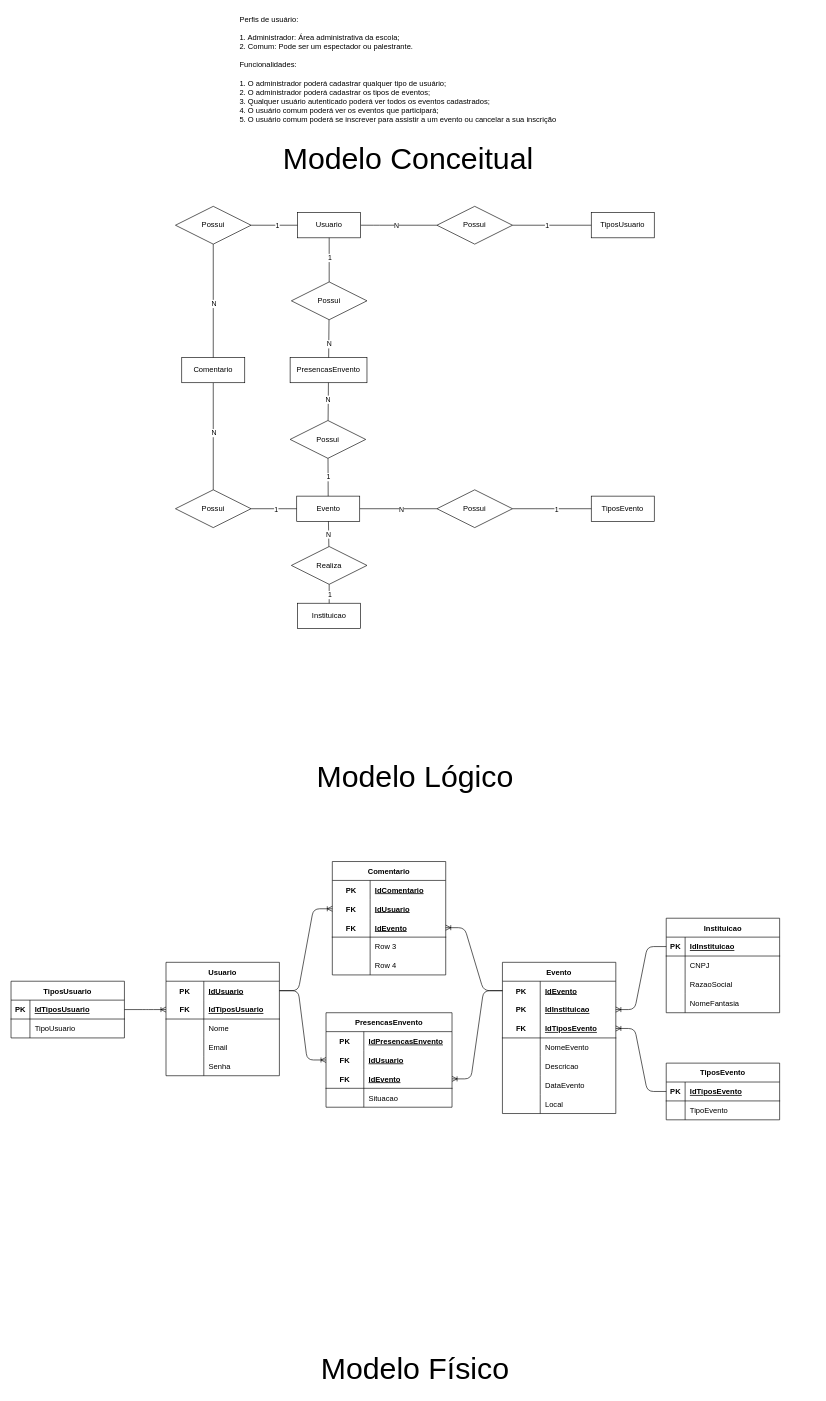
Above: Event+/Modelagem/bancoDeDados.drawio in KamiMilo/Senai_2Sm (draw.io), before the change. Source tidied: cells renumbered, new cells numbered last; positions are measured from the earlier drawing's top-left corner, leaving out a move shared by most shapes. Both pictures are drawn from the tidied source at 63%, with x=0, y=0 at pixel (11, 11).
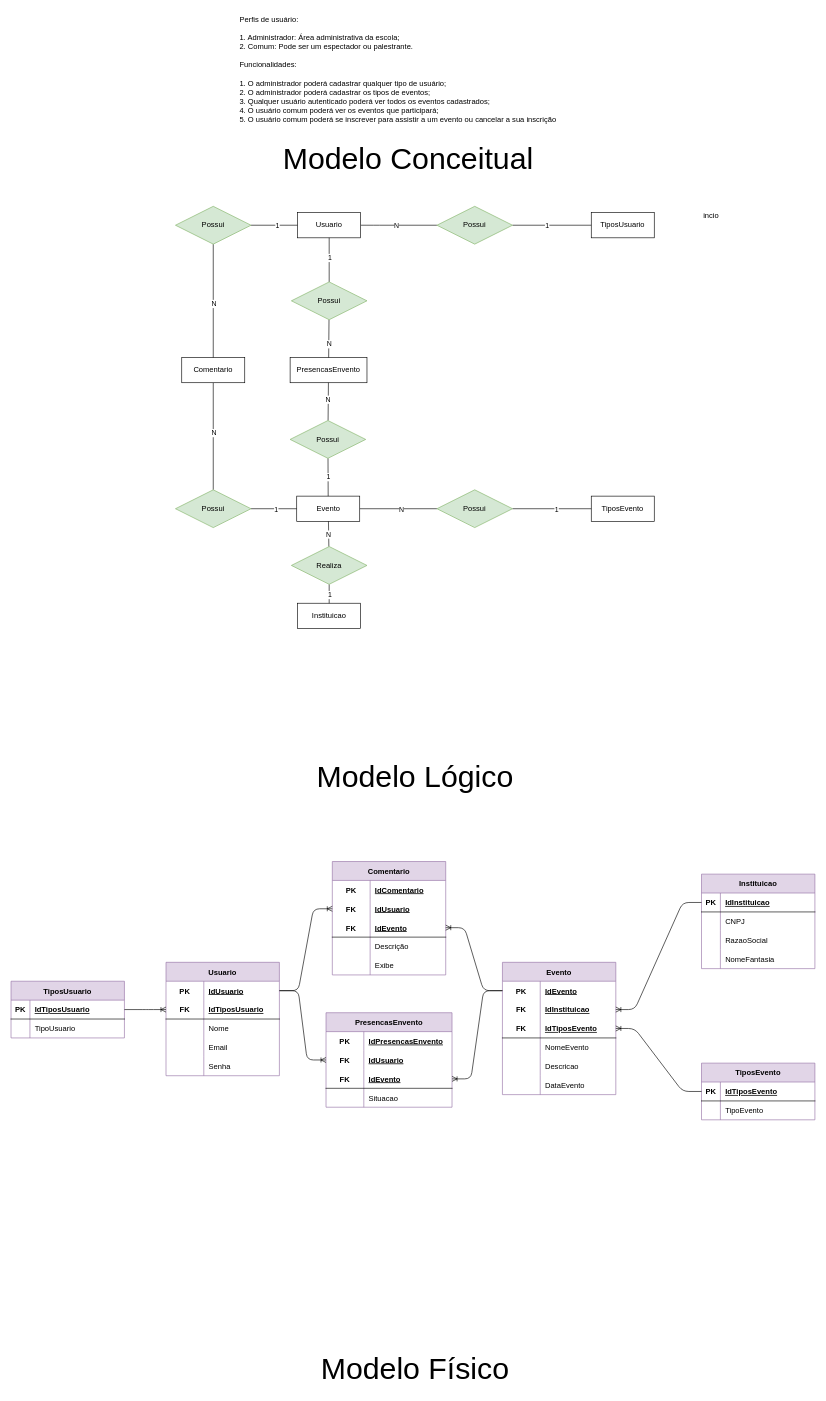
The same diagram, later.

Commit message (it also covers changes not shown here):
Banco de dados event+ criado

The change refers to these unchanged cells:
```xml
<mxCell id="116" style="shape=tableRow;horizontal=0;startSize=0;swimlaneHead=0;swimlaneBody=0;fillColor=none;top=0;left=0;right=0;bottom=0;" parent="106" vertex="1">
  <mxGeometry y="120" width="180" height="30" as="geometry" />
</mxCell>
<mxCell id="119" style="shape=tableRow;horizontal=0;startSize=0;swimlaneHead=0;swimlaneBody=0;fillColor=none;top=0;left=0;right=0;bottom=0;" parent="106" vertex="1">
  <mxGeometry y="150" width="180" height="30" as="geometry" />
</mxCell>
<mxCell id="127" style="shape=tableRow;horizontal=0;startSize=0;swimlaneHead=0;swimlaneBody=0;fillColor=none;points=[[0,0.5],[1,0.5]];portConstraint=eastwest;top=0;left=0;right=0;bottom=0;" parent="123" vertex="1">
  <mxGeometry y="60" width="180" height="30" as="geometry" />
</mxCell>
```

Change to the diagram source:
```diff
@@
-    <mxCell id="23" value="Possui" style="shape=rhombus;perimeter=rhombusPerimeter;whiteSpace=wrap;html=1;align=center;" parent="1" vertex="1">
+    <mxCell id="23" value="Possui" style="shape=rhombus;perimeter=rhombusPerimeter;whiteSpace=wrap;html=1;align=center;fillColor=#d5e8d4;strokeColor=#82b366;" parent="1" vertex="1">
       <mxGeometry x="676" y="310" width="120" height="60" as="geometry" />
     </mxCell>
@@
-    <mxCell id="28" value="Possui" style="shape=rhombus;perimeter=rhombusPerimeter;whiteSpace=wrap;html=1;align=center;" parent="1" vertex="1">
+    <mxCell id="28" value="Possui" style="shape=rhombus;perimeter=rhombusPerimeter;whiteSpace=wrap;html=1;align=center;fillColor=#d5e8d4;strokeColor=#82b366;" parent="1" vertex="1">
       <mxGeometry x="445" y="430" width="120" height="60" as="geometry" />
     </mxCell>
@@
-    <mxCell id="33" value="Possui" style="shape=rhombus;perimeter=rhombusPerimeter;whiteSpace=wrap;html=1;align=center;" parent="1" vertex="1">
+    <mxCell id="33" value="Possui" style="shape=rhombus;perimeter=rhombusPerimeter;whiteSpace=wrap;html=1;align=center;fillColor=#d5e8d4;strokeColor=#82b366;" parent="1" vertex="1">
       <mxGeometry x="443" y="650" width="120" height="60" as="geometry" />
     </mxCell>
@@
-    <mxCell id="36" value="Possui" style="shape=rhombus;perimeter=rhombusPerimeter;whiteSpace=wrap;html=1;align=center;" parent="1" vertex="1">
+    <mxCell id="36" value="Possui" style="shape=rhombus;perimeter=rhombusPerimeter;whiteSpace=wrap;html=1;align=center;fillColor=#d5e8d4;strokeColor=#82b366;" parent="1" vertex="1">
       <mxGeometry x="676" y="760" width="120" height="60" as="geometry" />
     </mxCell>
@@
-    <mxCell id="39" value="Possui" style="shape=rhombus;perimeter=rhombusPerimeter;whiteSpace=wrap;html=1;align=center;" parent="1" vertex="1">
+    <mxCell id="39" value="Possui" style="shape=rhombus;perimeter=rhombusPerimeter;whiteSpace=wrap;html=1;align=center;fillColor=#d5e8d4;strokeColor=#82b366;" parent="1" vertex="1">
       <mxGeometry x="261" y="310" width="120" height="60" as="geometry" />
     </mxCell>
@@
-    <mxCell id="42" value="Possui" style="shape=rhombus;perimeter=rhombusPerimeter;whiteSpace=wrap;html=1;align=center;" parent="1" vertex="1">
+    <mxCell id="42" value="Possui" style="shape=rhombus;perimeter=rhombusPerimeter;whiteSpace=wrap;html=1;align=center;fillColor=#d5e8d4;strokeColor=#82b366;" parent="1" vertex="1">
       <mxGeometry x="261" y="760" width="120" height="60" as="geometry" />
     </mxCell>
@@
-    <mxCell id="47" value="Realiza" style="shape=rhombus;perimeter=rhombusPerimeter;whiteSpace=wrap;html=1;align=center;" parent="1" vertex="1">
+    <mxCell id="47" value="Realiza" style="shape=rhombus;perimeter=rhombusPerimeter;whiteSpace=wrap;html=1;align=center;fillColor=#d5e8d4;strokeColor=#82b366;" parent="1" vertex="1">
       <mxGeometry x="445" y="850" width="120" height="60" as="geometry" />
     </mxCell>
-    <mxCell id="48" value="TiposUsuario" style="shape=table;startSize=30;childLayout=tableLayout;rowLines=0;fontStyle=1;align=center;" parent="1" vertex="1">
+    <mxCell id="48" value="TiposUsuario" style="shape=table;startSize=30;childLayout=tableLayout;rowLines=0;fontStyle=1;align=center;fillColor=#e1d5e7;strokeColor=#9673a6;" parent="1" vertex="1">
       <mxGeometry y="1540" width="180" height="90" as="geometry" />
     </mxCell>
@@
-    <mxCell id="55" value="TiposEvento" style="shape=table;startSize=30;childLayout=tableLayout;rowLines=0;fontStyle=1;align=center;" parent="1" vertex="1">
-      <mxGeometry x="1040" y="1670" width="180" height="90" as="geometry" />
+    <mxCell id="55" value="TiposEvento" style="shape=table;startSize=30;childLayout=tableLayout;rowLines=0;fontStyle=1;align=center;fillColor=#e1d5e7;strokeColor=#9673a6;" parent="1" vertex="1">
+      <mxGeometry x="1096" y="1670" width="180" height="90" as="geometry" />
     </mxCell>
@@
-    <mxCell id="62" value="Instituicao" style="shape=table;startSize=30;childLayout=tableLayout;rowLines=0;fontStyle=1;align=center;" parent="1" vertex="1">
-      <mxGeometry x="1040" y="1440" width="180" height="150" as="geometry" />
+    <mxCell id="62" value="Instituicao" style="shape=table;startSize=30;childLayout=tableLayout;rowLines=0;fontStyle=1;align=center;fillColor=#e1d5e7;strokeColor=#9673a6;" parent="1" vertex="1">
+      <mxGeometry x="1096" y="1370" width="180" height="150" as="geometry" />
     </mxCell>
@@
-    <mxCell id="75" value="Usuario" style="shape=table;startSize=30;childLayout=tableLayout;rowLines=0;fontStyle=1;align=center;" parent="1" vertex="1">
+    <mxCell id="75" value="Usuario" style="shape=table;startSize=30;childLayout=tableLayout;rowLines=0;fontStyle=1;align=center;fillColor=#e1d5e7;strokeColor=#9673a6;" parent="1" vertex="1">
       <mxGeometry x="246" y="1510" width="180" height="180" as="geometry" />
     </mxCell>
@@
-    <mxCell id="92" value="PresencasEnvento" style="shape=table;startSize=30;childLayout=tableLayout;rowLines=0;fontStyle=1;align=center;" parent="1" vertex="1">
+    <mxCell id="92" value="PresencasEnvento" style="shape=table;startSize=30;childLayout=tableLayout;rowLines=0;fontStyle=1;align=center;fillColor=#e1d5e7;strokeColor=#9673a6;" parent="1" vertex="1">
       <mxGeometry x="500" y="1590" width="200" height="150" as="geometry" />
     </mxCell>
@@
-    <mxCell id="106" value="Comentario" style="shape=table;startSize=30;childLayout=tableLayout;rowLines=0;fontStyle=1;align=center;" parent="1" vertex="1">
+    <mxCell id="106" value="Comentario" style="shape=table;startSize=30;childLayout=tableLayout;rowLines=0;fontStyle=1;align=center;fillColor=#e1d5e7;strokeColor=#9673a6;" parent="1" vertex="1">
       <mxGeometry x="510" y="1350" width="180" height="180" as="geometry" />
     </mxCell>
@@
-    <mxCell id="118" value="Row 3" style="shape=partialRectangle;fillColor=none;top=0;left=0;bottom=0;right=0;align=left;spacingLeft=6;overflow=hidden;" parent="116" vertex="1">
+    <mxCell id="118" value="Descrição" style="shape=partialRectangle;fillColor=none;top=0;left=0;bottom=0;right=0;align=left;spacingLeft=6;overflow=hidden;" parent="116" vertex="1">
       <mxGeometry x="60" width="120" height="30" as="geometry" />
     </mxCell>
@@
-    <mxCell id="121" value="Row 4" style="shape=partialRectangle;fillColor=none;top=0;left=0;bottom=0;right=0;align=left;spacingLeft=6;overflow=hidden;" parent="119" vertex="1">
+    <mxCell id="121" value="Exibe" style="shape=partialRectangle;fillColor=none;top=0;left=0;bottom=0;right=0;align=left;spacingLeft=6;overflow=hidden;" parent="119" vertex="1">
       <mxGeometry x="60" width="120" height="30" as="geometry" />
     </mxCell>
@@
-    <mxCell id="123" value="Evento" style="shape=table;startSize=30;childLayout=tableLayout;rowLines=0;fontStyle=1;align=center;" parent="1" vertex="1">
-      <mxGeometry x="780" y="1510" width="180" height="240" as="geometry" />
+    <mxCell id="123" value="Evento" style="shape=table;startSize=30;childLayout=tableLayout;rowLines=0;fontStyle=1;align=center;fillColor=#e1d5e7;strokeColor=#9673a6;" parent="1" vertex="1">
+      <mxGeometry x="780" y="1510" width="180" height="210" as="geometry" />
     </mxCell>
@@
-    <mxCell id="128" value="PK" style="shape=partialRectangle;fillColor=none;top=0;left=0;bottom=0;right=0;fontStyle=1;overflow=hidden;" parent="127" vertex="1">
+    <mxCell id="128" value="FK" style="shape=partialRectangle;fillColor=none;top=0;left=0;bottom=0;right=0;fontStyle=1;overflow=hidden;" parent="127" vertex="1">
       <mxGeometry width="60" height="30" as="geometry" />
     </mxCell>
@@
-    <mxCell id="142" style="shape=tableRow;horizontal=0;startSize=0;swimlaneHead=0;swimlaneBody=0;fillColor=none;top=0;left=0;right=0;bottom=0;" parent="123" vertex="1">
-      <mxGeometry y="210" width="180" height="30" as="geometry" />
-    </mxCell>
-    <mxCell id="143" style="shape=partialRectangle;fillColor=none;top=0;left=0;bottom=0;right=0;overflow=hidden;" parent="142" vertex="1">
-      <mxGeometry width="60" height="30" as="geometry" />
-    </mxCell>
-    <mxCell id="144" value="Local" style="shape=partialRectangle;fillColor=none;top=0;left=0;bottom=0;right=0;align=left;spacingLeft=6;overflow=hidden;" parent="142" vertex="1">
-      <mxGeometry x="60" width="120" height="30" as="geometry" />
-    </mxCell>
@@
+    <mxCell id="149" value="incio" style="text;html=1;align=center;verticalAlign=middle;strokeColor=none;fillColor=none;" parent="1" vertex="1">
+      <mxGeometry x="1086" y="310" width="50" height="30" as="geometry" />
+    </mxCell>
```
